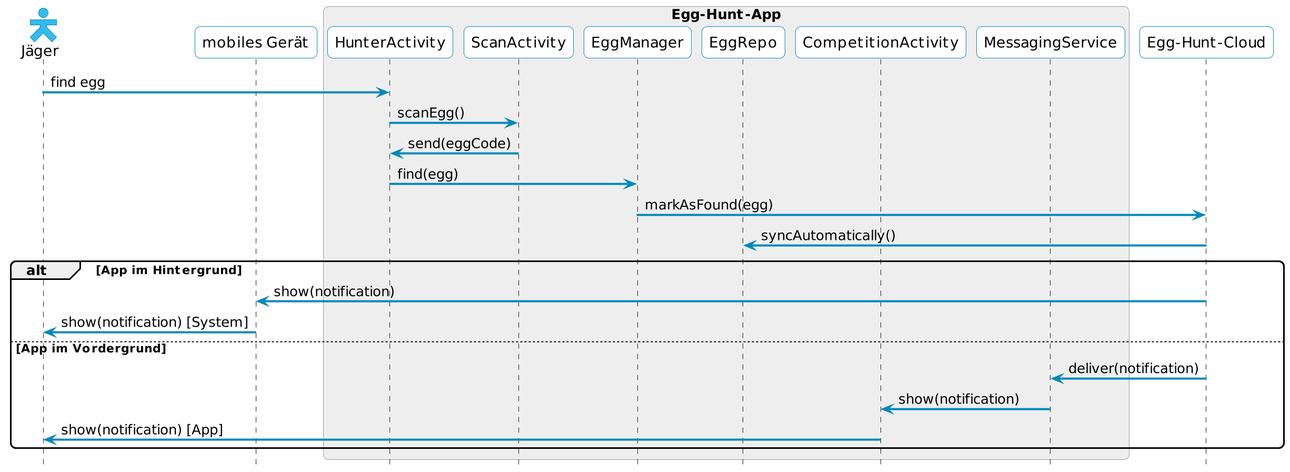
Earlier version of the PlantUML export doc/sequences/findEgg.png (rinverardi/app-egghunt).
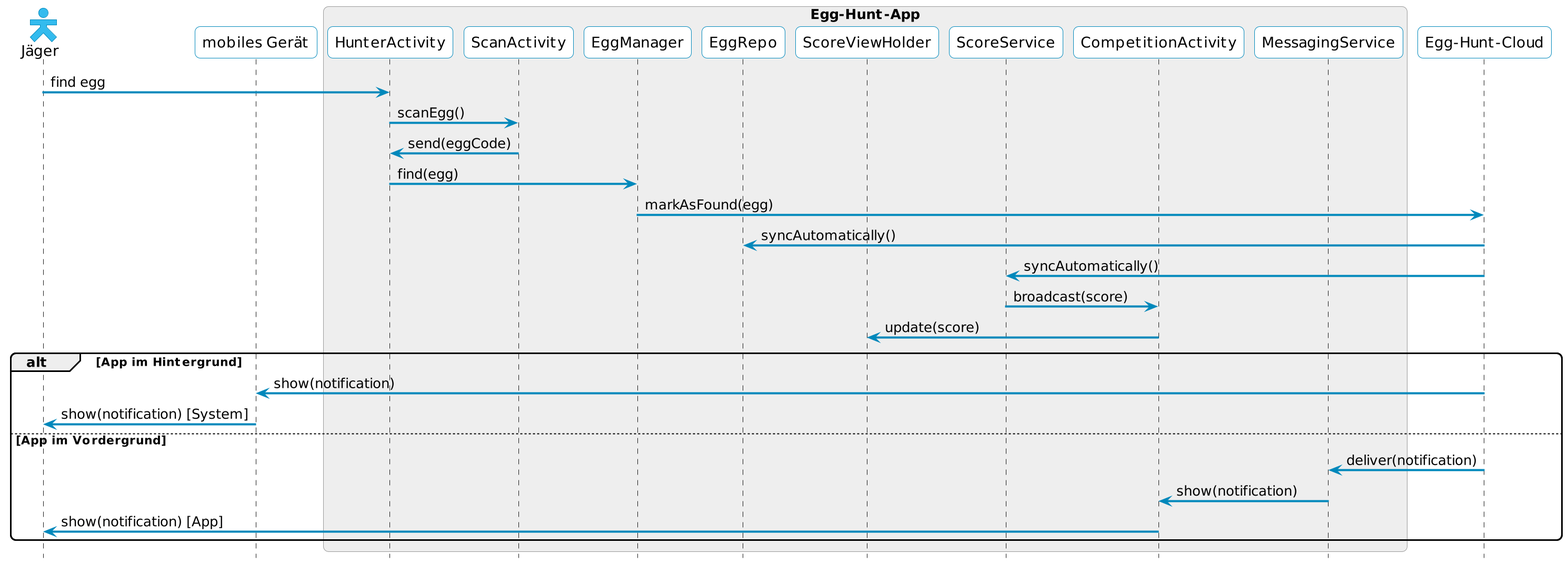
Later version of the same file.

Diff of the diagram source:
```diff
@@ -31,7 +31,6 @@
 
 skinparam actorStyle hollow
 skinparam roundcorner 10
-
 actor "Jäger" as hunter
 participant "mobiles Gerät" as mobileDevice
 
@@ -40,6 +39,8 @@
   participant "ScanActivity" as scanActivity
   participant "EggManager" as eggManager
   participant "EggRepo" as eggRepo
+  participant "ScoreViewHolder" as scoreViewHolder
+  participant "ScoreService" as scoreService
   participant "CompetitionActivity" as competitionActivity
   participant "MessagingService" as messagingService
 end box
@@ -52,6 +53,9 @@
 hunterActivity -> eggManager: find(egg)
 eggManager-> cloud: markAsFound(egg)
 cloud -> eggRepo: syncAutomatically()
+cloud -> scoreService: syncAutomatically()
+scoreService -> competitionActivity: broadcast(score)
+competitionActivity -> scoreViewHolder: update(score)
 
 alt App im Hintergrund
   cloud -> mobileDevice: show(notification)
```
